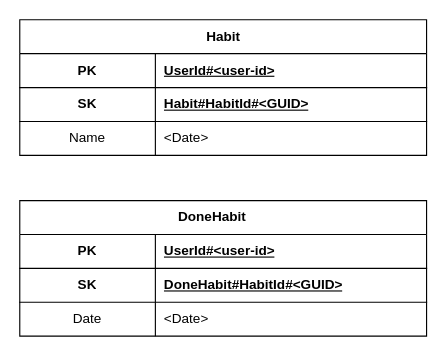
The draw.io diagram documents/dynamodb-models.drawio in TankSlayer1337/habit-tracker-backend, before the edit. Source tidied: cells renumbered, new cells numbered last; positions are measured from the earlier drawing's top-left corner, leaving out a move shared by most shapes. Both pictures are drawn from the tidied source at 113%, with x=0, y=0 at pixel (19, 19).
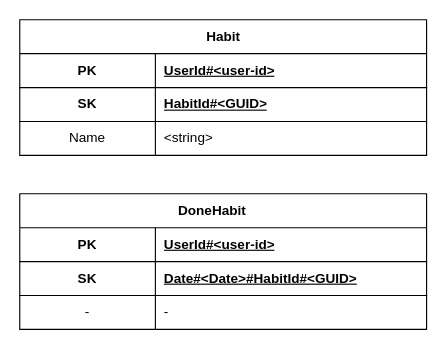
After the change.

Unchanged cells that the change refers to:
```xml
<mxCell id="6" style="shape=tableRow;horizontal=0;startSize=0;swimlaneHead=0;swimlaneBody=0;fillColor=none;top=0;left=0;right=0;bottom=1;" parent="2" vertex="1">
  <mxGeometry y="60" width="360" height="30" as="geometry" />
</mxCell>
<mxCell id="9" style="shape=tableRow;horizontal=0;startSize=0;swimlaneHead=0;swimlaneBody=0;fillColor=none;top=0;left=0;right=0;bottom=0;" parent="2" vertex="1">
  <mxGeometry y="90" width="360" height="30" as="geometry" />
</mxCell>
<mxCell id="16" style="shape=tableRow;horizontal=0;startSize=0;swimlaneHead=0;swimlaneBody=0;fillColor=none;top=0;left=0;right=0;bottom=1;" parent="12" vertex="1">
  <mxGeometry y="60" width="360" height="30" as="geometry" />
</mxCell>
<mxCell id="19" style="shape=tableRow;horizontal=0;startSize=0;swimlaneHead=0;swimlaneBody=0;fillColor=none;top=0;left=0;right=0;bottom=0;" parent="12" vertex="1">
  <mxGeometry y="90" width="360" height="30" as="geometry" />
</mxCell>
```

What changed in the source:
```diff
@@
-    <mxCell id="8" value="Habit#HabitId#&amp;lt;GUID&amp;gt;" style="shape=partialRectangle;fillColor=none;top=0;left=0;bottom=0;right=0;align=left;spacingLeft=6;fontStyle=5;overflow=hidden;whiteSpace=wrap;html=1;" parent="6" vertex="1">
+    <mxCell id="8" value="HabitId#&amp;lt;GUID&amp;gt;" style="shape=partialRectangle;fillColor=none;top=0;left=0;bottom=0;right=0;align=left;spacingLeft=6;fontStyle=5;overflow=hidden;whiteSpace=wrap;html=1;" parent="6" vertex="1">
       <mxGeometry x="120" width="240" height="30" as="geometry" />
     </mxCell>
@@
-    <mxCell id="11" value="&amp;lt;Date&amp;gt;" style="shape=partialRectangle;fillColor=none;top=0;left=0;bottom=0;right=0;align=left;spacingLeft=6;overflow=hidden;whiteSpace=wrap;html=1;" parent="9" vertex="1">
-      <mxGeometry x="120" width="240" height="30" as="geometry" />
-    </mxCell>
+    <mxCell id="22" value="&amp;lt;string&amp;gt;" style="shape=partialRectangle;fillColor=none;top=0;left=0;bottom=0;right=0;align=left;spacingLeft=6;overflow=hidden;whiteSpace=wrap;html=1;" parent="9" vertex="1">
+      <mxGeometry x="120" width="240" height="30" as="geometry" />
+    </mxCell>
     <mxCell id="12" value="DoneHabit&lt;span style=&quot;white-space: pre;&quot;&gt;&#9;&lt;/span&gt;" style="shape=table;startSize=30;childLayout=tableLayout;rowLines=0;fontStyle=1;align=center;html=1;" parent="1" vertex="1">
-      <mxGeometry y="160" width="360" height="120" as="geometry" />
+      <mxGeometry y="154" width="360" height="120" as="geometry" />
     </mxCell>
@@
-    <mxCell id="18" value="DoneHabit#HabitId#&amp;lt;GUID&amp;gt;" style="shape=partialRectangle;fillColor=none;top=0;left=0;bottom=0;right=0;align=left;spacingLeft=6;fontStyle=5;overflow=hidden;whiteSpace=wrap;html=1;" parent="16" vertex="1">
+    <mxCell id="18" value="Date#&amp;lt;Date&amp;gt;#HabitId#&amp;lt;GUID&amp;gt;" style="shape=partialRectangle;fillColor=none;top=0;left=0;bottom=0;right=0;align=left;spacingLeft=6;fontStyle=5;overflow=hidden;whiteSpace=wrap;html=1;" parent="16" vertex="1">
       <mxGeometry x="120" width="240" height="30" as="geometry" />
     </mxCell>
@@
-    <mxCell id="20" value="Date" style="shape=partialRectangle;fillColor=none;top=0;left=0;bottom=0;right=0;overflow=hidden;whiteSpace=wrap;html=1;" parent="19" vertex="1">
+    <mxCell id="20" value="-" style="shape=partialRectangle;fillColor=none;top=0;left=0;bottom=0;right=0;overflow=hidden;whiteSpace=wrap;html=1;" parent="19" vertex="1">
       <mxGeometry width="120" height="30" as="geometry" />
     </mxCell>
-    <mxCell id="21" value="&amp;lt;Date&amp;gt;" style="shape=partialRectangle;fillColor=none;top=0;left=0;bottom=0;right=0;align=left;spacingLeft=6;overflow=hidden;whiteSpace=wrap;html=1;" parent="19" vertex="1">
+    <mxCell id="21" value="-" style="shape=partialRectangle;fillColor=none;top=0;left=0;bottom=0;right=0;align=left;spacingLeft=6;overflow=hidden;whiteSpace=wrap;html=1;" parent="19" vertex="1">
       <mxGeometry x="120" width="240" height="30" as="geometry" />
     </mxCell>
```
